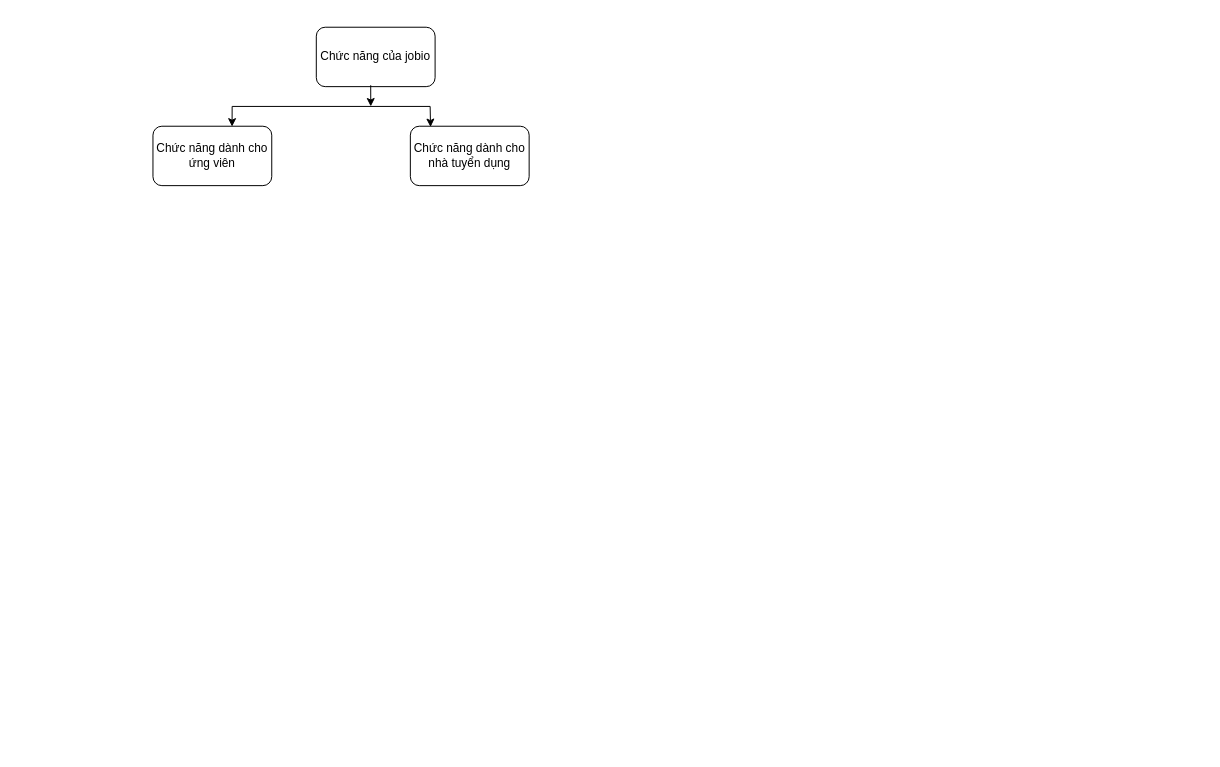
Earlier version of the draw.io diagram jobio.drawio (vuongnd03/black-had). Source tidied: cells renumbered, new cells numbered last; positions are measured from the earlier drawing's top-left corner, leaving out a move shared by most shapes. Both pictures are drawn from the tidied source at 99%, with x=0, y=0 at pixel (152, 27).
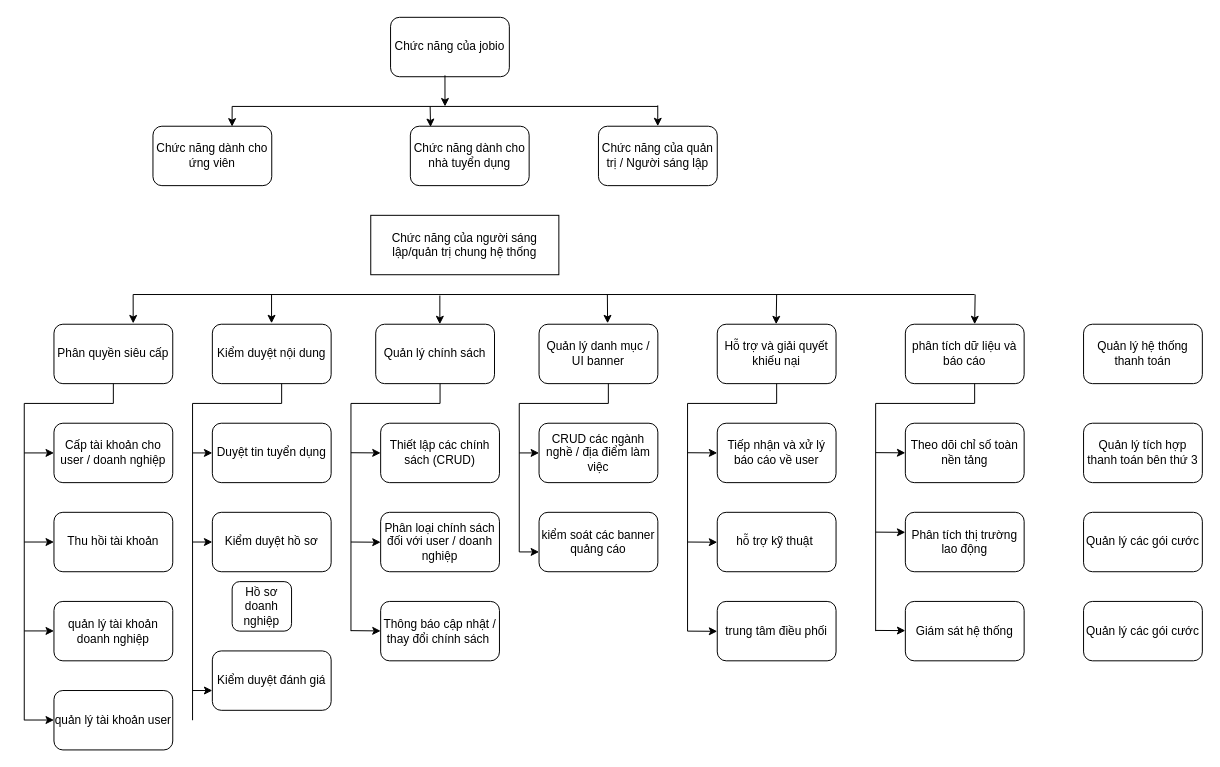
After the change.

The edit, as a diff of the source:
```diff
@@
     <mxCell id="2" value="Chức năng của jobio" style="rounded=1;whiteSpace=wrap;html=1;" parent="1" vertex="1">
-      <mxGeometry x="165" width="120" height="60" as="geometry" />
+      <mxGeometry x="240" y="-10" width="120" height="60" as="geometry" />
     </mxCell>
@@
     <mxCell id="5" style="endArrow=none;html=1;rounded=0;" parent="1" edge="1">
       <mxGeometry relative="1" as="geometry">
         <mxPoint x="80" y="80" as="sourcePoint" />
-        <mxPoint x="280" y="80" as="targetPoint" />
+        <mxPoint x="510" y="80" as="targetPoint" />
       </mxGeometry>
     </mxCell>
@@
     <mxCell id="7" style="endArrow=classic;html=1;rounded=0;exitX=0.458;exitY=0.977;exitDx=0;exitDy=0;exitPerimeter=0;" parent="1" edge="1" source="2">
       <mxGeometry relative="1" as="geometry">
-        <mxPoint x="220" y="80" as="targetPoint" />
+        <mxPoint x="295" y="80" as="targetPoint" />
       </mxGeometry>
     </mxCell>
@@
+    <mxCell id="9" value="Chức năng của quản trị / Người sáng lập" style="rounded=1;whiteSpace=wrap;html=1;" parent="1" vertex="1">
+      <mxGeometry x="450" y="100" width="120" height="60" as="geometry" />
+    </mxCell>
+    <mxCell id="10" style="endArrow=classic;html=1;rounded=0;entryX=0.17;entryY=0.013;entryDx=0;entryDy=0;entryPerimeter=0;" parent="1" edge="1">
+      <mxGeometry relative="1" as="geometry">
+        <mxPoint x="509.9" y="79" as="sourcePoint" />
+        <mxPoint x="509.9" y="100" as="targetPoint" />
+      </mxGeometry>
+    </mxCell>
+    <mxCell id="11" value="Chức năng của người sáng lập/quản trị chung hệ thống" style="rounded=0;whiteSpace=wrap;html=1;" parent="1" vertex="1">
+      <mxGeometry x="220" y="190" width="190" height="60" as="geometry" />
+    </mxCell>
+    <mxCell id="12" value="Phân quyền siêu cấp" style="rounded=1;whiteSpace=wrap;html=1;" parent="1" vertex="1">
+      <mxGeometry x="-100" y="300" width="120" height="60" as="geometry" />
+    </mxCell>
+    <mxCell id="13" value="Cấp tài khoản cho user / doanh nghiệp" style="rounded=1;whiteSpace=wrap;html=1;" parent="1" vertex="1">
+      <mxGeometry x="-100" y="400" width="120" height="60" as="geometry" />
+    </mxCell>
+    <mxCell id="14" value="Thu hồi tài khoản" style="rounded=1;whiteSpace=wrap;html=1;" parent="1" vertex="1">
+      <mxGeometry x="-100" y="490" width="120" height="60" as="geometry" />
+    </mxCell>
+    <mxCell id="15" value="quản lý tài khoản doanh nghiệp" style="rounded=1;whiteSpace=wrap;html=1;" parent="1" vertex="1">
+      <mxGeometry x="-100" y="580" width="120" height="60" as="geometry" />
+    </mxCell>
+    <mxCell id="16" value="quản lý tài khoản user" style="rounded=1;whiteSpace=wrap;html=1;" parent="1" vertex="1">
+      <mxGeometry x="-100" y="670" width="120" height="60" as="geometry" />
+    </mxCell>
+    <mxCell id="17" style="endArrow=none;html=1;rounded=0;" parent="1" edge="1">
+      <mxGeometry relative="1" as="geometry">
+        <mxPoint x="-130" y="700" as="sourcePoint" />
+        <mxPoint x="-130" y="380" as="targetPoint" />
+      </mxGeometry>
+    </mxCell>
+    <mxCell id="18" style="endArrow=classic;html=1;rounded=0;entryX=0;entryY=0.5;entryDx=0;entryDy=0;" parent="1" edge="1" target="13">
+      <mxGeometry relative="1" as="geometry">
+        <mxPoint x="-130" y="430" as="sourcePoint" />
+      </mxGeometry>
+    </mxCell>
+    <mxCell id="19" style="endArrow=classic;html=1;rounded=0;entryX=0;entryY=0.5;entryDx=0;entryDy=0;" parent="1" edge="1">
+      <mxGeometry relative="1" as="geometry">
+        <mxPoint x="-130" y="520" as="sourcePoint" />
+        <mxPoint x="-100" y="520" as="targetPoint" />
+      </mxGeometry>
+    </mxCell>
+    <mxCell id="20" style="endArrow=classic;html=1;rounded=0;entryX=0;entryY=0.5;entryDx=0;entryDy=0;" parent="1" edge="1">
+      <mxGeometry relative="1" as="geometry">
+        <mxPoint x="-130" y="609.8" as="sourcePoint" />
+        <mxPoint x="-100" y="609.8" as="targetPoint" />
+      </mxGeometry>
+    </mxCell>
+    <mxCell id="21" style="endArrow=classic;html=1;rounded=0;entryX=0;entryY=0.5;entryDx=0;entryDy=0;" parent="1" edge="1">
+      <mxGeometry relative="1" as="geometry">
+        <mxPoint x="-130" y="699.8" as="sourcePoint" />
+        <mxPoint x="-100" y="699.8" as="targetPoint" />
+      </mxGeometry>
+    </mxCell>
+    <mxCell id="22" style="endArrow=none;html=1;rounded=0;entryX=0.5;entryY=1;entryDx=0;entryDy=0;" parent="1" edge="1" target="12">
+      <mxGeometry relative="1" as="geometry">
+        <mxPoint x="-130" y="380" as="sourcePoint" />
+        <Array as="points">
+          <mxPoint x="-40" y="380" />
+        </Array>
+      </mxGeometry>
+    </mxCell>
+    <mxCell id="23" value="Kiểm duyệt nội dung" style="rounded=1;whiteSpace=wrap;html=1;" parent="1" vertex="1">
+      <mxGeometry x="60" y="300" width="120" height="60" as="geometry" />
+    </mxCell>
+    <mxCell id="24" value="Duyệt tin tuyển dụng" style="rounded=1;whiteSpace=wrap;html=1;" parent="1" vertex="1">
+      <mxGeometry x="60" y="400" width="120" height="60" as="geometry" />
+    </mxCell>
+    <mxCell id="25" value="Kiểm duyệt hồ sơ" style="rounded=1;whiteSpace=wrap;html=1;" parent="1" vertex="1">
+      <mxGeometry x="60" y="490" width="120" height="60" as="geometry" />
+    </mxCell>
+    <mxCell id="26" value="Hồ sơ doanh nghiệp" style="rounded=1;whiteSpace=wrap;html=1;" parent="1" vertex="1">
+      <mxGeometry x="80" y="560" width="60" height="50" as="geometry" />
+    </mxCell>
+    <mxCell id="27" value="Kiểm duyệt đánh giá" style="rounded=1;whiteSpace=wrap;html=1;" parent="1" vertex="1">
+      <mxGeometry x="60" y="630" width="120" height="60" as="geometry" />
+    </mxCell>
+    <mxCell id="28" style="endArrow=none;html=1;rounded=0;" parent="1" edge="1">
+      <mxGeometry relative="1" as="geometry">
+        <mxPoint x="40" y="700" as="sourcePoint" />
+        <mxPoint x="40" y="380" as="targetPoint" />
+      </mxGeometry>
+    </mxCell>
+    <mxCell id="29" style="endArrow=none;html=1;rounded=0;entryX=0.5;entryY=1;entryDx=0;entryDy=0;" parent="1" edge="1">
+      <mxGeometry relative="1" as="geometry">
+        <mxPoint x="40" y="380" as="sourcePoint" />
+        <mxPoint x="130" y="360" as="targetPoint" />
+        <Array as="points">
+          <mxPoint x="130" y="380" />
+        </Array>
+      </mxGeometry>
+    </mxCell>
+    <mxCell id="30" style="endArrow=classic;html=1;rounded=0;entryX=0;entryY=0.5;entryDx=0;entryDy=0;" parent="1" edge="1" target="24">
+      <mxGeometry relative="1" as="geometry">
+        <mxPoint x="40" y="430" as="sourcePoint" />
+      </mxGeometry>
+    </mxCell>
+    <mxCell id="31" style="endArrow=classic;html=1;rounded=0;entryX=0;entryY=0.5;entryDx=0;entryDy=0;" parent="1" edge="1">
+      <mxGeometry relative="1" as="geometry">
+        <mxPoint x="40" y="520" as="sourcePoint" />
+        <mxPoint x="60" y="520" as="targetPoint" />
+      </mxGeometry>
+    </mxCell>
+    <mxCell id="32" style="endArrow=classic;html=1;rounded=0;entryX=0;entryY=0.5;entryDx=0;entryDy=0;" parent="1" edge="1">
+      <mxGeometry relative="1" as="geometry">
+        <mxPoint x="40" y="670" as="sourcePoint" />
+        <mxPoint x="60" y="670" as="targetPoint" />
+      </mxGeometry>
+    </mxCell>
+    <mxCell id="33" value="Quản lý chính sách" style="rounded=1;whiteSpace=wrap;html=1;" parent="1" vertex="1">
+      <mxGeometry x="225" y="300" width="120" height="60" as="geometry" />
+    </mxCell>
+    <mxCell id="34" value="Thiết lập các chính sách (CRUD)" style="rounded=1;whiteSpace=wrap;html=1;" parent="1" vertex="1">
+      <mxGeometry x="230" y="400" width="120" height="60" as="geometry" />
+    </mxCell>
+    <mxCell id="35" value="Phân loại chính sách đối với user / doanh nghiệp" style="rounded=1;whiteSpace=wrap;html=1;" parent="1" vertex="1">
+      <mxGeometry x="230" y="490" width="120" height="60" as="geometry" />
+    </mxCell>
+    <mxCell id="36" value="Thông báo cập nhật / thay đổi chính sách&amp;nbsp;" style="rounded=1;whiteSpace=wrap;html=1;" parent="1" vertex="1">
+      <mxGeometry x="230" y="580" width="120" height="60" as="geometry" />
+    </mxCell>
+    <mxCell id="37" style="endArrow=none;html=1;rounded=0;" parent="1" edge="1">
+      <mxGeometry relative="1" as="geometry">
+        <mxPoint x="200" y="610" as="sourcePoint" />
+        <mxPoint x="200" y="380" as="targetPoint" />
+      </mxGeometry>
+    </mxCell>
+    <mxCell id="38" style="endArrow=classic;html=1;rounded=0;entryX=0;entryY=0.5;entryDx=0;entryDy=0;" parent="1" edge="1" target="34">
+      <mxGeometry relative="1" as="geometry">
+        <mxPoint x="200" y="429.8" as="sourcePoint" />
+      </mxGeometry>
+    </mxCell>
+    <mxCell id="39" style="endArrow=classic;html=1;rounded=0;entryX=0;entryY=0.5;entryDx=0;entryDy=0;" parent="1" edge="1">
+      <mxGeometry relative="1" as="geometry">
+        <mxPoint x="200" y="609.5" as="sourcePoint" />
+        <mxPoint x="230" y="609.8" as="targetPoint" />
+      </mxGeometry>
+    </mxCell>
+    <mxCell id="40" style="endArrow=classic;html=1;rounded=0;entryX=0;entryY=0.5;entryDx=0;entryDy=0;" parent="1" edge="1">
+      <mxGeometry relative="1" as="geometry">
+        <mxPoint x="200" y="520" as="sourcePoint" />
+        <mxPoint x="230" y="520.2" as="targetPoint" />
+      </mxGeometry>
+    </mxCell>
+    <mxCell id="41" style="endArrow=none;html=1;rounded=0;entryX=0.5;entryY=1;entryDx=0;entryDy=0;" parent="1" edge="1">
+      <mxGeometry relative="1" as="geometry">
+        <mxPoint x="200" y="380" as="sourcePoint" />
+        <mxPoint x="290" y="360" as="targetPoint" />
+        <Array as="points">
+          <mxPoint x="290" y="380" />
+        </Array>
+      </mxGeometry>
+    </mxCell>
+    <mxCell id="42" style="endArrow=none;html=1;rounded=0;" parent="1" edge="1">
+      <mxGeometry relative="1" as="geometry">
+        <mxPoint x="-20" y="270" as="sourcePoint" />
+        <mxPoint x="830" y="270" as="targetPoint" />
+      </mxGeometry>
+    </mxCell>
+    <mxCell id="43" style="endArrow=classic;html=1;rounded=0;entryX=0.667;entryY=-0.014;entryDx=0;entryDy=0;entryPerimeter=0;" parent="1" edge="1" target="12">
+      <mxGeometry relative="1" as="geometry">
+        <mxPoint x="-20" y="270" as="sourcePoint" />
+      </mxGeometry>
+    </mxCell>
+    <mxCell id="44" style="endArrow=classic;html=1;rounded=0;entryX=0.667;entryY=-0.014;entryDx=0;entryDy=0;entryPerimeter=0;" parent="1" edge="1">
+      <mxGeometry relative="1" as="geometry">
+        <mxPoint x="119.8" y="270" as="sourcePoint" />
+        <mxPoint x="119.8" y="299" as="targetPoint" />
+      </mxGeometry>
+    </mxCell>
+    <mxCell id="45" style="endArrow=classic;html=1;rounded=0;entryX=0.667;entryY=-0.014;entryDx=0;entryDy=0;entryPerimeter=0;" parent="1" edge="1">
+      <mxGeometry relative="1" as="geometry">
+        <mxPoint x="289.8" y="271" as="sourcePoint" />
+        <mxPoint x="289.8" y="300" as="targetPoint" />
+      </mxGeometry>
+    </mxCell>
+    <mxCell id="46" value="Quản lý danh mục / UI banner" style="rounded=1;whiteSpace=wrap;html=1;" parent="1" vertex="1">
+      <mxGeometry x="390" y="300" width="120" height="60" as="geometry" />
+    </mxCell>
+    <mxCell id="47" value="CRUD các ngành nghề / địa điểm làm việc" style="rounded=1;whiteSpace=wrap;html=1;" parent="1" vertex="1">
+      <mxGeometry x="390" y="400" width="120" height="60" as="geometry" />
+    </mxCell>
+    <mxCell id="48" value="kiểm soát các banner quảng cáo" style="rounded=1;whiteSpace=wrap;html=1;" parent="1" vertex="1">
+      <mxGeometry x="390" y="490" width="120" height="60" as="geometry" />
+    </mxCell>
+    <mxCell id="49" value="Hỗ trợ và giải quyết khiếu nại" style="rounded=1;whiteSpace=wrap;html=1;" parent="1" vertex="1">
+      <mxGeometry x="570" y="300" width="120" height="60" as="geometry" />
+    </mxCell>
+    <mxCell id="50" value="Tiếp nhận và xử lý báo cáo về user" style="rounded=1;whiteSpace=wrap;html=1;" parent="1" vertex="1">
+      <mxGeometry x="570" y="400" width="120" height="60" as="geometry" />
+    </mxCell>
+    <mxCell id="51" value="hỗ trợ kỹ thuật&amp;nbsp;" style="rounded=1;whiteSpace=wrap;html=1;" parent="1" vertex="1">
+      <mxGeometry x="570" y="490" width="120" height="60" as="geometry" />
+    </mxCell>
+    <mxCell id="52" value="trung tâm điều phối" style="rounded=1;whiteSpace=wrap;html=1;" parent="1" vertex="1">
+      <mxGeometry x="570" y="580" width="120" height="60" as="geometry" />
+    </mxCell>
+    <mxCell id="53" value="phân tích dữ liệu và báo cáo" style="rounded=1;whiteSpace=wrap;html=1;" parent="1" vertex="1">
+      <mxGeometry x="760" y="300" width="120" height="60" as="geometry" />
+    </mxCell>
+    <mxCell id="54" value="Theo dõi chỉ số toàn nền tảng" style="rounded=1;whiteSpace=wrap;html=1;" parent="1" vertex="1">
+      <mxGeometry x="760" y="400" width="120" height="60" as="geometry" />
+    </mxCell>
+    <mxCell id="55" value="Phân tích thị trường lao động" style="rounded=1;whiteSpace=wrap;html=1;" parent="1" vertex="1">
+      <mxGeometry x="760" y="490" width="120" height="60" as="geometry" />
+    </mxCell>
+    <mxCell id="56" value="Giám sát hệ thống" style="rounded=1;whiteSpace=wrap;html=1;" parent="1" vertex="1">
+      <mxGeometry x="760" y="580" width="120" height="60" as="geometry" />
+    </mxCell>
+    <mxCell id="57" style="endArrow=classic;html=1;rounded=0;entryX=0.577;entryY=-0.016;entryDx=0;entryDy=0;entryPerimeter=0;" parent="1" edge="1" target="46">
+      <mxGeometry relative="1" as="geometry">
+        <mxPoint x="459" y="270" as="sourcePoint" />
+      </mxGeometry>
+    </mxCell>
+    <mxCell id="58" style="endArrow=classic;html=1;rounded=0;entryX=0.577;entryY=-0.016;entryDx=0;entryDy=0;entryPerimeter=0;" parent="1" edge="1">
+      <mxGeometry relative="1" as="geometry">
+        <mxPoint x="630" y="270" as="sourcePoint" />
+        <mxPoint x="629.5" y="300" as="targetPoint" />
+      </mxGeometry>
+    </mxCell>
+    <mxCell id="59" style="endArrow=classic;html=1;rounded=0;entryX=0.577;entryY=-0.016;entryDx=0;entryDy=0;entryPerimeter=0;" parent="1" edge="1">
+      <mxGeometry relative="1" as="geometry">
+        <mxPoint x="830.5" y="270" as="sourcePoint" />
+        <mxPoint x="830" y="300" as="targetPoint" />
+      </mxGeometry>
+    </mxCell>
+    <mxCell id="60" style="endArrow=none;html=1;rounded=0;" parent="1" edge="1">
+      <mxGeometry relative="1" as="geometry">
+        <mxPoint x="370" y="530" as="sourcePoint" />
+        <mxPoint x="370" y="380" as="targetPoint" />
+      </mxGeometry>
+    </mxCell>
+    <mxCell id="61" style="endArrow=none;html=1;rounded=0;entryX=0.5;entryY=1;entryDx=0;entryDy=0;" parent="1" edge="1">
+      <mxGeometry relative="1" as="geometry">
+        <mxPoint x="370" y="380" as="sourcePoint" />
+        <mxPoint x="460" y="360" as="targetPoint" />
+        <Array as="points">
+          <mxPoint x="460" y="380" />
+        </Array>
+      </mxGeometry>
+    </mxCell>
+    <mxCell id="62" style="endArrow=classic;html=1;rounded=0;" parent="1" edge="1">
+      <mxGeometry relative="1" as="geometry">
+        <mxPoint x="370" y="430" as="sourcePoint" />
+        <mxPoint x="390" y="430" as="targetPoint" />
+      </mxGeometry>
+    </mxCell>
+    <mxCell id="63" style="endArrow=classic;html=1;rounded=0;" parent="1" edge="1">
+      <mxGeometry relative="1" as="geometry">
+        <mxPoint x="370" y="530" as="sourcePoint" />
+        <mxPoint x="390" y="530" as="targetPoint" />
+      </mxGeometry>
+    </mxCell>
+    <mxCell id="64" style="endArrow=none;html=1;rounded=0;" parent="1" edge="1">
+      <mxGeometry relative="1" as="geometry">
+        <mxPoint x="540" y="610" as="sourcePoint" />
+        <mxPoint x="540" y="380" as="targetPoint" />
+      </mxGeometry>
+    </mxCell>
+    <mxCell id="65" style="endArrow=none;html=1;rounded=0;entryX=0.5;entryY=1;entryDx=0;entryDy=0;" parent="1" edge="1">
+      <mxGeometry relative="1" as="geometry">
+        <mxPoint x="540" y="380" as="sourcePoint" />
+        <mxPoint x="630" y="360" as="targetPoint" />
+        <Array as="points">
+          <mxPoint x="630" y="380" />
+        </Array>
+      </mxGeometry>
+    </mxCell>
+    <mxCell id="66" style="endArrow=classic;html=1;rounded=0;entryX=0;entryY=0.5;entryDx=0;entryDy=0;" parent="1" edge="1" target="50">
+      <mxGeometry relative="1" as="geometry">
+        <mxPoint x="540" y="429.8" as="sourcePoint" />
+      </mxGeometry>
+    </mxCell>
+    <mxCell id="67" style="endArrow=classic;html=1;rounded=0;entryX=0;entryY=0.5;entryDx=0;entryDy=0;" parent="1" edge="1">
+      <mxGeometry relative="1" as="geometry">
+        <mxPoint x="540" y="520" as="sourcePoint" />
+        <mxPoint x="570" y="520.2" as="targetPoint" />
+      </mxGeometry>
+    </mxCell>
+    <mxCell id="68" style="endArrow=classic;html=1;rounded=0;entryX=0;entryY=0.5;entryDx=0;entryDy=0;" parent="1" edge="1">
+      <mxGeometry relative="1" as="geometry">
+        <mxPoint x="540" y="610" as="sourcePoint" />
+        <mxPoint x="570" y="610.2" as="targetPoint" />
+      </mxGeometry>
+    </mxCell>
+    <mxCell id="69" style="endArrow=none;html=1;rounded=0;" parent="1" edge="1">
+      <mxGeometry relative="1" as="geometry">
+        <mxPoint x="730" y="610" as="sourcePoint" />
+        <mxPoint x="730" y="380" as="targetPoint" />
+      </mxGeometry>
+    </mxCell>
+    <mxCell id="70" style="endArrow=none;html=1;rounded=0;entryX=0.5;entryY=1;entryDx=0;entryDy=0;" parent="1" edge="1">
+      <mxGeometry relative="1" as="geometry">
+        <mxPoint x="730" y="380" as="sourcePoint" />
+        <mxPoint x="830" y="360" as="targetPoint" />
+        <Array as="points">
+          <mxPoint x="830" y="380" />
+        </Array>
+      </mxGeometry>
+    </mxCell>
+    <mxCell id="71" style="endArrow=classic;html=1;rounded=0;entryX=0;entryY=0.5;entryDx=0;entryDy=0;" parent="1" edge="1">
+      <mxGeometry relative="1" as="geometry">
+        <mxPoint x="730" y="429.7" as="sourcePoint" />
+        <mxPoint x="760" y="429.9" as="targetPoint" />
+      </mxGeometry>
+    </mxCell>
+    <mxCell id="72" style="endArrow=classic;html=1;rounded=0;entryX=0;entryY=0.5;entryDx=0;entryDy=0;" parent="1" edge="1">
+      <mxGeometry relative="1" as="geometry">
+        <mxPoint x="730" y="510" as="sourcePoint" />
+        <mxPoint x="760" y="510.2" as="targetPoint" />
+      </mxGeometry>
+    </mxCell>
+    <mxCell id="73" style="endArrow=classic;html=1;rounded=0;entryX=0;entryY=0.5;entryDx=0;entryDy=0;" parent="1" edge="1">
+      <mxGeometry relative="1" as="geometry">
+        <mxPoint x="730" y="609.3" as="sourcePoint" />
+        <mxPoint x="760" y="609.5" as="targetPoint" />
+      </mxGeometry>
+    </mxCell>
+    <mxCell id="74" value="Quản lý hệ thống thanh toán" style="rounded=1;whiteSpace=wrap;html=1;" parent="1" vertex="1">
+      <mxGeometry x="940" y="300" width="120" height="60" as="geometry" />
+    </mxCell>
+    <mxCell id="75" value="Quản lý tích hợp thanh toán bên thứ 3" style="rounded=1;whiteSpace=wrap;html=1;" parent="1" vertex="1">
+      <mxGeometry x="940" y="400" width="120" height="60" as="geometry" />
+    </mxCell>
+    <mxCell id="76" value="Quản lý các gói cước" style="rounded=1;whiteSpace=wrap;html=1;" parent="1" vertex="1">
+      <mxGeometry x="940" y="490" width="120" height="60" as="geometry" />
+    </mxCell>
+    <mxCell id="77" value="Quản lý các gói cước" style="rounded=1;whiteSpace=wrap;html=1;" parent="1" vertex="1">
+      <mxGeometry x="940" y="580" width="120" height="60" as="geometry" />
+    </mxCell>
```
